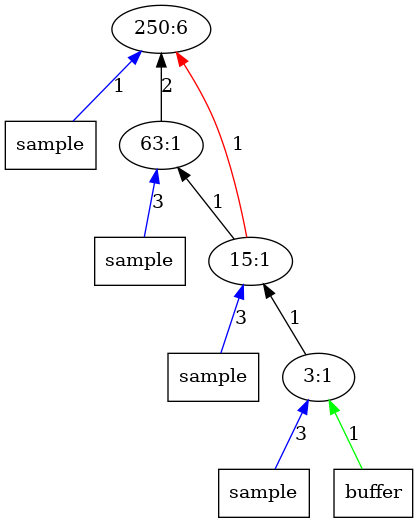
This is outputImages/op6.png.png from AbhikKhan/MTP_IITG, a Graphviz export, as it was before one commit. Its source is kept beside it as outputTrees/op6.dot.
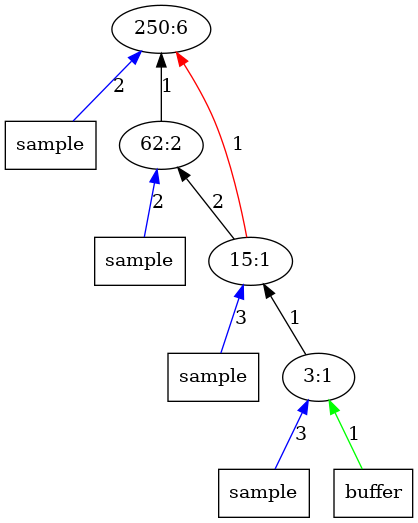
The same file after the commit.

What changed in the source:
```diff
@@ -1,14 +1,14 @@
 digraph Tree{
 	rankdir="BT"
-	x11 -> 1 [label = "1", color = "blue"];
+	x11 -> 1 [label = "2", color = "blue"];
 	x11 [label = "sample", shape = "box"];
 	1 [label = "250:6"];
-	2 -> 1 [label = "2", color = "black"];
-	x21 -> 2 [label = "3", color = "blue"];
+	2 -> 1 [label = "1", color = "black"];
+	x21 -> 2 [label = "2", color = "blue"];
 	x21 [label = "sample", shape = "box"];
-	2 [label = "63:1"];
-	3 -> 2 [label = "1", color = "black"];
+	2 [label = "62:2"];
 	3 -> 1 [label = "1", color = "red"];
+	3 -> 2 [label = "2", color = "black"];
 	x31 -> 3 [label = "3", color = "blue"];
 	x31 [label = "sample", shape = "box"];
 	3 [label = "15:1"];
```
